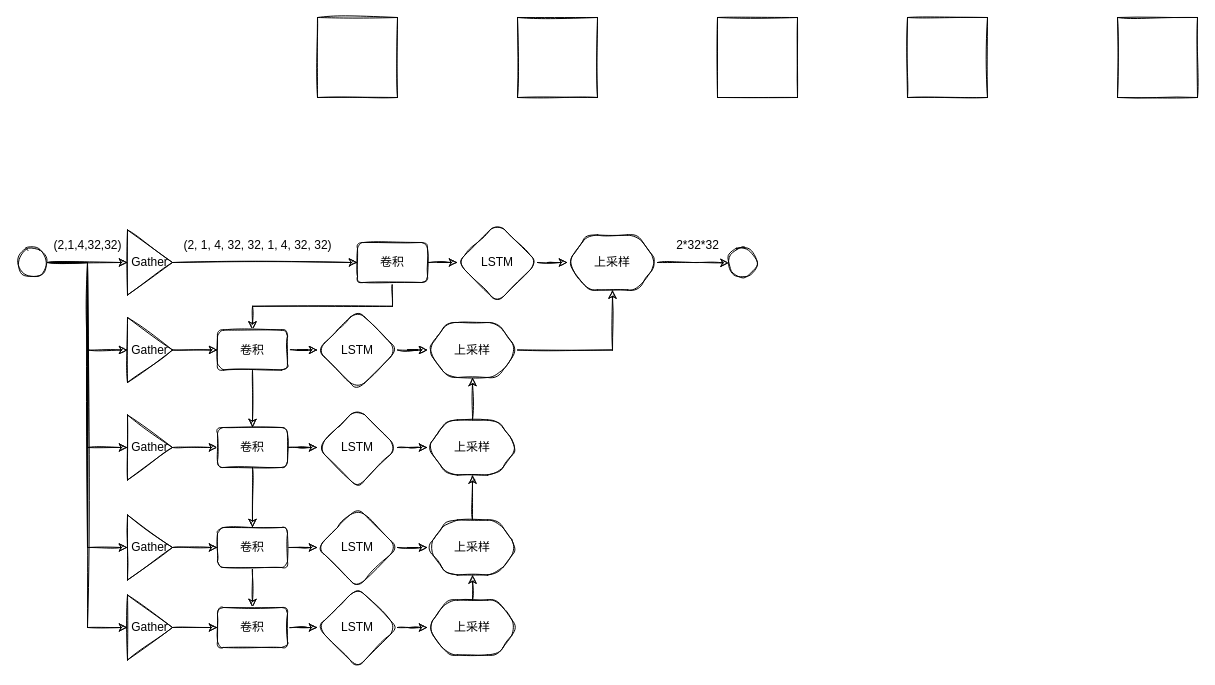
The draw.io diagram hainanchangedetection.drawio in dorbodwolf/graphs_from_draw.io, before the edit. Source tidied: cells renumbered, new cells numbered last; positions are measured from the earlier drawing's top-left corner, leaving out a move shared by most shapes. Both pictures are drawn from the tidied source at 100%, with x=0, y=0 at pixel (17, 17).
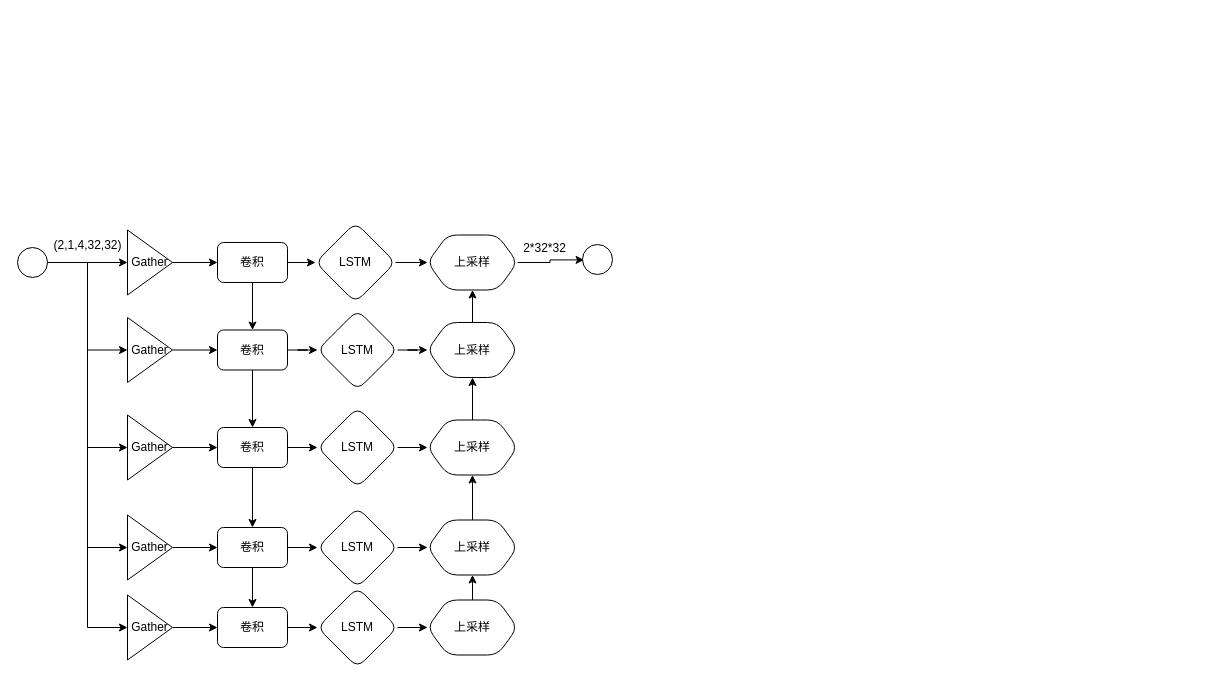
Above is the later version.

Diff of the diagram source:
```diff
@@
-    <mxCell id="2" style="whiteSpace=wrap;html=1;sketch=1;" parent="1" vertex="1">
-      <mxGeometry x="300" width="80" height="80" as="geometry" />
-    </mxCell>
-    <mxCell id="3" style="whiteSpace=wrap;html=1;sketch=1;" parent="1" vertex="1">
-      <mxGeometry x="500" width="80" height="80" as="geometry" />
-    </mxCell>
-    <mxCell id="4" style="whiteSpace=wrap;html=1;sketch=1;" parent="1" vertex="1">
-      <mxGeometry x="700" width="80" height="80" as="geometry" />
-    </mxCell>
-    <mxCell id="5" style="whiteSpace=wrap;html=1;sketch=1;" parent="1" vertex="1">
-      <mxGeometry x="890" width="80" height="80" as="geometry" />
-    </mxCell>
-    <mxCell id="6" style="whiteSpace=wrap;html=1;sketch=1;" parent="1" vertex="1">
-      <mxGeometry x="1100" width="80" height="80" as="geometry" />
-    </mxCell>
-    <mxCell id="7" style="edgeStyle=orthogonalEdgeStyle;rounded=0;sketch=1;jettySize=auto;html=1;" parent="1" edge="1" source="9" target="17">
+    <mxCell id="7" style="edgeStyle=orthogonalEdgeStyle;rounded=0;jettySize=auto;html=1;" parent="1" edge="1" source="9" target="17">
       <mxGeometry relative="1" as="geometry" />
     </mxCell>
-    <mxCell id="8" style="edgeStyle=orthogonalEdgeStyle;rounded=0;sketch=1;jettySize=auto;html=1;exitX=0.5;exitY=1;exitDx=0;exitDy=0;" parent="1" edge="1" source="9" target="30">
+    <mxCell id="8" style="edgeStyle=orthogonalEdgeStyle;rounded=0;jettySize=auto;html=1;exitX=0.5;exitY=1;exitDx=0;exitDy=0;" parent="1" edge="1" source="9" target="30">
       <mxGeometry relative="1" as="geometry" />
     </mxCell>
-    <mxCell id="9" value="卷积" style="rounded=1;whiteSpace=wrap;html=1;sketch=1;" parent="1" vertex="1">
-      <mxGeometry x="340" y="225" width="70" height="40" as="geometry" />
+    <mxCell id="9" value="卷积" style="rounded=1;whiteSpace=wrap;html=1;" parent="1" vertex="1">
+      <mxGeometry x="200" y="225" width="70" height="40" as="geometry" />
     </mxCell>
-    <mxCell id="10" style="edgeStyle=orthogonalEdgeStyle;rounded=0;sketch=1;jettySize=auto;html=1;" parent="1" edge="1" source="15" target="24">
+    <mxCell id="10" style="edgeStyle=orthogonalEdgeStyle;rounded=0;jettySize=auto;html=1;" parent="1" edge="1" source="15" target="24">
       <mxGeometry relative="1" as="geometry" />
     </mxCell>
-    <mxCell id="11" style="edgeStyle=orthogonalEdgeStyle;rounded=0;sketch=1;jettySize=auto;html=1;exitX=1;exitY=0.5;exitDx=0;exitDy=0;entryX=0;entryY=0.5;entryDx=0;entryDy=0;" parent="1" edge="1" source="15" target="27">
+    <mxCell id="11" style="edgeStyle=orthogonalEdgeStyle;rounded=0;jettySize=auto;html=1;exitX=1;exitY=0.5;exitDx=0;exitDy=0;entryX=0;entryY=0.5;entryDx=0;entryDy=0;" parent="1" edge="1" source="15" target="27">
       <mxGeometry relative="1" as="geometry" />
     </mxCell>
-    <mxCell id="12" style="edgeStyle=orthogonalEdgeStyle;rounded=0;sketch=1;jettySize=auto;html=1;entryX=0;entryY=0.5;entryDx=0;entryDy=0;" parent="1" edge="1" source="15" target="36">
+    <mxCell id="12" style="edgeStyle=orthogonalEdgeStyle;rounded=0;jettySize=auto;html=1;entryX=0;entryY=0.5;entryDx=0;entryDy=0;" parent="1" edge="1" source="15" target="36">
       <mxGeometry relative="1" as="geometry" />
     </mxCell>
-    <mxCell id="13" style="edgeStyle=orthogonalEdgeStyle;rounded=0;sketch=1;jettySize=auto;html=1;exitX=1;exitY=0.5;exitDx=0;exitDy=0;entryX=0;entryY=0.5;entryDx=0;entryDy=0;" parent="1" edge="1" source="15" target="45">
+    <mxCell id="13" style="edgeStyle=orthogonalEdgeStyle;rounded=0;jettySize=auto;html=1;exitX=1;exitY=0.5;exitDx=0;exitDy=0;entryX=0;entryY=0.5;entryDx=0;entryDy=0;" parent="1" edge="1" source="15" target="45">
       <mxGeometry relative="1" as="geometry" />
     </mxCell>
-    <mxCell id="14" style="edgeStyle=orthogonalEdgeStyle;rounded=0;sketch=1;jettySize=auto;html=1;exitX=1;exitY=0.5;exitDx=0;exitDy=0;entryX=0;entryY=0.5;entryDx=0;entryDy=0;" parent="1" edge="1" source="15" target="54">
+    <mxCell id="14" style="edgeStyle=orthogonalEdgeStyle;rounded=0;jettySize=auto;html=1;exitX=1;exitY=0.5;exitDx=0;exitDy=0;entryX=0;entryY=0.5;entryDx=0;entryDy=0;" parent="1" edge="1" source="15" target="54">
       <mxGeometry relative="1" as="geometry" />
     </mxCell>
-    <mxCell id="15" style="ellipse;whiteSpace=wrap;html=1;sketch=1;" parent="1" vertex="1">
+    <mxCell id="15" style="ellipse;whiteSpace=wrap;html=1;" parent="1" vertex="1">
       <mxGeometry y="230" width="30" height="30" as="geometry" />
     </mxCell>
-    <mxCell id="16" style="edgeStyle=orthogonalEdgeStyle;rounded=0;sketch=1;jettySize=auto;html=1;" parent="1" edge="1" source="17" target="19">
+    <mxCell id="16" style="edgeStyle=orthogonalEdgeStyle;rounded=0;jettySize=auto;html=1;" parent="1" edge="1" source="17" target="19">
       <mxGeometry relative="1" as="geometry" />
     </mxCell>
-    <mxCell id="17" value="LSTM" style="rhombus;whiteSpace=wrap;html=1;rounded=1;sketch=1;" parent="1" vertex="1">
-      <mxGeometry x="440" y="205" width="80" height="80" as="geometry" />
+    <mxCell id="17" value="LSTM" style="rhombus;whiteSpace=wrap;html=1;rounded=1;" parent="1" vertex="1">
+      <mxGeometry x="298" y="205" width="80" height="80" as="geometry" />
     </mxCell>
-    <mxCell id="18" style="edgeStyle=orthogonalEdgeStyle;rounded=0;sketch=1;jettySize=auto;html=1;entryX=0.053;entryY=0.514;entryDx=0;entryDy=0;entryPerimeter=0;" parent="1" edge="1" source="19" target="20">
+    <mxCell id="18" style="edgeStyle=orthogonalEdgeStyle;rounded=0;jettySize=auto;html=1;entryX=0.053;entryY=0.514;entryDx=0;entryDy=0;entryPerimeter=0;" parent="1" edge="1" source="19" target="20">
       <mxGeometry relative="1" as="geometry" />
     </mxCell>
-    <mxCell id="19" value="上采样" style="shape=hexagon;perimeter=hexagonPerimeter2;whiteSpace=wrap;html=1;fixedSize=1;rounded=1;sketch=1;" parent="1" vertex="1">
-      <mxGeometry x="550" y="217.5" width="90" height="55" as="geometry" />
+    <mxCell id="19" value="上采样" style="shape=hexagon;perimeter=hexagonPerimeter2;whiteSpace=wrap;html=1;fixedSize=1;rounded=1;" parent="1" vertex="1">
+      <mxGeometry x="410" y="217.5" width="90" height="55" as="geometry" />
     </mxCell>
-    <mxCell id="20" style="ellipse;whiteSpace=wrap;html=1;sketch=1;" parent="1" vertex="1">
-      <mxGeometry x="710" y="230" width="30" height="30" as="geometry" />
+    <mxCell id="20" style="ellipse;whiteSpace=wrap;html=1;" parent="1" vertex="1">
+      <mxGeometry x="565" y="227" width="30" height="30" as="geometry" />
     </mxCell>
     <mxCell id="21" value="2*32*32" style="text;html=1;align=center;verticalAlign=middle;" parent="1" vertex="1">
-      <mxGeometry x="650" y="217.5" width="60" height="20" as="geometry" />
+      <mxGeometry x="497" y="220.5" width="60" height="20" as="geometry" />
     </mxCell>
@@
-    <mxCell id="23" style="edgeStyle=orthogonalEdgeStyle;rounded=0;sketch=1;jettySize=auto;html=1;entryX=0;entryY=0.5;entryDx=0;entryDy=0;" parent="1" edge="1" source="24" target="9">
+    <mxCell id="23" style="edgeStyle=orthogonalEdgeStyle;rounded=0;jettySize=auto;html=1;entryX=0;entryY=0.5;entryDx=0;entryDy=0;" parent="1" edge="1" source="24" target="9">
       <mxGeometry relative="1" as="geometry" />
     </mxCell>
-    <mxCell id="24" value="Gather" style="triangle;whiteSpace=wrap;html=1;sketch=1;" parent="1" vertex="1">
+    <mxCell id="24" value="Gather" style="triangle;whiteSpace=wrap;html=1;" parent="1" vertex="1">
       <mxGeometry x="110" y="212.5" width="45" height="65" as="geometry" />
     </mxCell>
-    <mxCell id="25" value="(2, 1, 4, 32, 32, 1, 4, 32, 32)" style="text;html=1;align=center;verticalAlign=middle;" parent="1" vertex="1">
-      <mxGeometry x="160" y="217.5" width="160" height="20" as="geometry" />
-    </mxCell>
-    <mxCell id="26" style="edgeStyle=orthogonalEdgeStyle;rounded=0;sketch=1;jettySize=auto;html=1;entryX=0;entryY=0.5;entryDx=0;entryDy=0;" parent="1" edge="1" source="27" target="30">
+    <mxCell id="26" style="edgeStyle=orthogonalEdgeStyle;rounded=0;jettySize=auto;html=1;entryX=0;entryY=0.5;entryDx=0;entryDy=0;" parent="1" edge="1" source="27" target="30">
       <mxGeometry relative="1" as="geometry" />
     </mxCell>
-    <mxCell id="27" value="Gather" style="triangle;whiteSpace=wrap;html=1;sketch=1;" parent="1" vertex="1">
+    <mxCell id="27" value="Gather" style="triangle;whiteSpace=wrap;html=1;" parent="1" vertex="1">
       <mxGeometry x="110" y="300" width="45" height="65" as="geometry" />
     </mxCell>
-    <mxCell id="28" style="edgeStyle=orthogonalEdgeStyle;rounded=0;sketch=1;jettySize=auto;html=1;" parent="1" edge="1" source="30" target="32">
+    <mxCell id="28" style="edgeStyle=orthogonalEdgeStyle;rounded=0;jettySize=auto;html=1;" parent="1" edge="1" source="30" target="32">
       <mxGeometry relative="1" as="geometry" />
     </mxCell>
-    <mxCell id="29" style="edgeStyle=orthogonalEdgeStyle;rounded=0;sketch=1;jettySize=auto;html=1;exitX=0.5;exitY=1;exitDx=0;exitDy=0;entryX=0.5;entryY=0;entryDx=0;entryDy=0;" parent="1" edge="1" source="30" target="39">
+    <mxCell id="29" style="edgeStyle=orthogonalEdgeStyle;rounded=0;jettySize=auto;html=1;exitX=0.5;exitY=1;exitDx=0;exitDy=0;entryX=0.5;entryY=0;entryDx=0;entryDy=0;" parent="1" edge="1" source="30" target="39">
       <mxGeometry relative="1" as="geometry" />
     </mxCell>
-    <mxCell id="30" value="卷积" style="rounded=1;whiteSpace=wrap;html=1;sketch=1;" parent="1" vertex="1">
+    <mxCell id="30" value="卷积" style="rounded=1;whiteSpace=wrap;html=1;" parent="1" vertex="1">
       <mxGeometry x="200" y="312.5" width="70" height="40" as="geometry" />
     </mxCell>
-    <mxCell id="31" style="edgeStyle=orthogonalEdgeStyle;rounded=0;sketch=1;jettySize=auto;html=1;" parent="1" edge="1" source="32" target="34">
+    <mxCell id="31" style="edgeStyle=orthogonalEdgeStyle;rounded=0;jettySize=auto;html=1;" parent="1" edge="1" source="32" target="34">
       <mxGeometry relative="1" as="geometry" />
     </mxCell>
-    <mxCell id="32" value="LSTM" style="rhombus;whiteSpace=wrap;html=1;rounded=1;sketch=1;" parent="1" vertex="1">
+    <mxCell id="32" value="LSTM" style="rhombus;whiteSpace=wrap;html=1;rounded=1;" parent="1" vertex="1">
       <mxGeometry x="300" y="292.5" width="80" height="80" as="geometry" />
     </mxCell>
-    <mxCell id="33" style="edgeStyle=orthogonalEdgeStyle;rounded=0;sketch=1;jettySize=auto;html=1;exitX=1;exitY=0.5;exitDx=0;exitDy=0;entryX=0.5;entryY=1;entryDx=0;entryDy=0;" parent="1" edge="1" source="34" target="19">
+    <mxCell id="33" style="edgeStyle=orthogonalEdgeStyle;rounded=0;jettySize=auto;html=1;exitX=0.5;exitY=0;exitDx=0;exitDy=0;entryX=0.5;entryY=1;entryDx=0;entryDy=0;" parent="1" edge="1" source="34" target="19">
       <mxGeometry relative="1" as="geometry" />
     </mxCell>
-    <mxCell id="34" value="上采样" style="shape=hexagon;perimeter=hexagonPerimeter2;whiteSpace=wrap;html=1;fixedSize=1;rounded=1;sketch=1;" parent="1" vertex="1">
+    <mxCell id="34" value="上采样" style="shape=hexagon;perimeter=hexagonPerimeter2;whiteSpace=wrap;html=1;fixedSize=1;rounded=1;" parent="1" vertex="1">
       <mxGeometry x="410" y="305" width="90" height="55" as="geometry" />
     </mxCell>
-    <mxCell id="35" style="edgeStyle=orthogonalEdgeStyle;rounded=0;sketch=1;jettySize=auto;html=1;entryX=0;entryY=0.5;entryDx=0;entryDy=0;" parent="1" edge="1" source="36" target="39">
+    <mxCell id="35" style="edgeStyle=orthogonalEdgeStyle;rounded=0;jettySize=auto;html=1;entryX=0;entryY=0.5;entryDx=0;entryDy=0;" parent="1" edge="1" source="36" target="39">
       <mxGeometry relative="1" as="geometry" />
     </mxCell>
-    <mxCell id="36" value="Gather" style="triangle;whiteSpace=wrap;html=1;sketch=1;" parent="1" vertex="1">
+    <mxCell id="36" value="Gather" style="triangle;whiteSpace=wrap;html=1;" parent="1" vertex="1">
       <mxGeometry x="110" y="397.5" width="45" height="65" as="geometry" />
     </mxCell>
-    <mxCell id="37" style="edgeStyle=orthogonalEdgeStyle;rounded=0;sketch=1;jettySize=auto;html=1;" parent="1" edge="1" source="39" target="41">
+    <mxCell id="37" style="edgeStyle=orthogonalEdgeStyle;rounded=0;jettySize=auto;html=1;" parent="1" edge="1" source="39" target="41">
       <mxGeometry relative="1" as="geometry" />
     </mxCell>
-    <mxCell id="38" style="edgeStyle=orthogonalEdgeStyle;rounded=0;sketch=1;jettySize=auto;html=1;exitX=0.5;exitY=1;exitDx=0;exitDy=0;entryX=0.5;entryY=0;entryDx=0;entryDy=0;" parent="1" edge="1" source="39" target="48">
+    <mxCell id="38" style="edgeStyle=orthogonalEdgeStyle;rounded=0;jettySize=auto;html=1;exitX=0.5;exitY=1;exitDx=0;exitDy=0;entryX=0.5;entryY=0;entryDx=0;entryDy=0;" parent="1" edge="1" source="39" target="48">
       <mxGeometry relative="1" as="geometry" />
     </mxCell>
-    <mxCell id="39" value="卷积" style="rounded=1;whiteSpace=wrap;html=1;sketch=1;" parent="1" vertex="1">
+    <mxCell id="39" value="卷积" style="rounded=1;whiteSpace=wrap;html=1;" parent="1" vertex="1">
       <mxGeometry x="200" y="410" width="70" height="40" as="geometry" />
     </mxCell>
-    <mxCell id="40" style="edgeStyle=orthogonalEdgeStyle;rounded=0;sketch=1;jettySize=auto;html=1;" parent="1" edge="1" source="41" target="43">
+    <mxCell id="40" style="edgeStyle=orthogonalEdgeStyle;rounded=0;jettySize=auto;html=1;" parent="1" edge="1" source="41" target="43">
       <mxGeometry relative="1" as="geometry" />
     </mxCell>
-    <mxCell id="41" value="LSTM" style="rhombus;whiteSpace=wrap;html=1;rounded=1;sketch=1;" parent="1" vertex="1">
+    <mxCell id="41" value="LSTM" style="rhombus;whiteSpace=wrap;html=1;rounded=1;" parent="1" vertex="1">
       <mxGeometry x="300" y="390" width="80" height="80" as="geometry" />
     </mxCell>
-    <mxCell id="42" style="edgeStyle=orthogonalEdgeStyle;rounded=0;sketch=1;jettySize=auto;html=1;exitX=0.5;exitY=0;exitDx=0;exitDy=0;entryX=0.5;entryY=1;entryDx=0;entryDy=0;" parent="1" edge="1" source="43" target="34">
+    <mxCell id="42" style="edgeStyle=orthogonalEdgeStyle;rounded=0;jettySize=auto;html=1;exitX=0.5;exitY=0;exitDx=0;exitDy=0;entryX=0.5;entryY=1;entryDx=0;entryDy=0;" parent="1" edge="1" source="43" target="34">
       <mxGeometry relative="1" as="geometry" />
     </mxCell>
-    <mxCell id="43" value="上采样" style="shape=hexagon;perimeter=hexagonPerimeter2;whiteSpace=wrap;html=1;fixedSize=1;rounded=1;sketch=1;" parent="1" vertex="1">
+    <mxCell id="43" value="上采样" style="shape=hexagon;perimeter=hexagonPerimeter2;whiteSpace=wrap;html=1;fixedSize=1;rounded=1;" parent="1" vertex="1">
       <mxGeometry x="410" y="402.5" width="90" height="55" as="geometry" />
     </mxCell>
-    <mxCell id="44" style="edgeStyle=orthogonalEdgeStyle;rounded=0;sketch=1;jettySize=auto;html=1;entryX=0;entryY=0.5;entryDx=0;entryDy=0;" parent="1" edge="1" source="45" target="48">
+    <mxCell id="44" style="edgeStyle=orthogonalEdgeStyle;rounded=0;jettySize=auto;html=1;entryX=0;entryY=0.5;entryDx=0;entryDy=0;" parent="1" edge="1" source="45" target="48">
       <mxGeometry relative="1" as="geometry" />
     </mxCell>
-    <mxCell id="45" value="Gather" style="triangle;whiteSpace=wrap;html=1;sketch=1;" parent="1" vertex="1">
+    <mxCell id="45" value="Gather" style="triangle;whiteSpace=wrap;html=1;" parent="1" vertex="1">
       <mxGeometry x="110" y="497.5" width="45" height="65" as="geometry" />
     </mxCell>
-    <mxCell id="46" style="edgeStyle=orthogonalEdgeStyle;rounded=0;sketch=1;jettySize=auto;html=1;" parent="1" edge="1" source="48" target="50">
+    <mxCell id="46" style="edgeStyle=orthogonalEdgeStyle;rounded=0;jettySize=auto;html=1;" parent="1" edge="1" source="48" target="50">
       <mxGeometry relative="1" as="geometry" />
     </mxCell>
-    <mxCell id="47" style="edgeStyle=orthogonalEdgeStyle;rounded=0;sketch=1;jettySize=auto;html=1;exitX=0.5;exitY=1;exitDx=0;exitDy=0;" parent="1" edge="1" source="48" target="56">
+    <mxCell id="47" style="edgeStyle=orthogonalEdgeStyle;rounded=0;jettySize=auto;html=1;exitX=0.5;exitY=1;exitDx=0;exitDy=0;" parent="1" edge="1" source="48" target="56">
       <mxGeometry relative="1" as="geometry" />
     </mxCell>
-    <mxCell id="48" value="卷积" style="rounded=1;whiteSpace=wrap;html=1;sketch=1;" parent="1" vertex="1">
+    <mxCell id="48" value="卷积" style="rounded=1;whiteSpace=wrap;html=1;" parent="1" vertex="1">
       <mxGeometry x="200" y="510" width="70" height="40" as="geometry" />
     </mxCell>
-    <mxCell id="49" style="edgeStyle=orthogonalEdgeStyle;rounded=0;sketch=1;jettySize=auto;html=1;" parent="1" edge="1" source="50" target="52">
+    <mxCell id="49" style="edgeStyle=orthogonalEdgeStyle;rounded=0;jettySize=auto;html=1;" parent="1" edge="1" source="50" target="52">
       <mxGeometry relative="1" as="geometry" />
     </mxCell>
-    <mxCell id="50" value="LSTM" style="rhombus;whiteSpace=wrap;html=1;rounded=1;sketch=1;" parent="1" vertex="1">
+    <mxCell id="50" value="LSTM" style="rhombus;whiteSpace=wrap;html=1;rounded=1;" parent="1" vertex="1">
       <mxGeometry x="300" y="490" width="80" height="80" as="geometry" />
     </mxCell>
-    <mxCell id="51" style="edgeStyle=orthogonalEdgeStyle;rounded=0;sketch=1;jettySize=auto;html=1;exitX=0.5;exitY=0;exitDx=0;exitDy=0;entryX=0.5;entryY=1;entryDx=0;entryDy=0;" parent="1" edge="1" source="52" target="43">
+    <mxCell id="51" style="edgeStyle=orthogonalEdgeStyle;rounded=0;jettySize=auto;html=1;exitX=0.5;exitY=0;exitDx=0;exitDy=0;entryX=0.5;entryY=1;entryDx=0;entryDy=0;" parent="1" edge="1" source="52" target="43">
       <mxGeometry relative="1" as="geometry" />
     </mxCell>
-    <mxCell id="52" value="上采样" style="shape=hexagon;perimeter=hexagonPerimeter2;whiteSpace=wrap;html=1;fixedSize=1;rounded=1;sketch=1;" parent="1" vertex="1">
+    <mxCell id="52" value="上采样" style="shape=hexagon;perimeter=hexagonPerimeter2;whiteSpace=wrap;html=1;fixedSize=1;rounded=1;" parent="1" vertex="1">
       <mxGeometry x="410" y="502.5" width="90" height="55" as="geometry" />
     </mxCell>
-    <mxCell id="53" style="edgeStyle=orthogonalEdgeStyle;rounded=0;sketch=1;jettySize=auto;html=1;entryX=0;entryY=0.5;entryDx=0;entryDy=0;" parent="1" edge="1" source="54" target="56">
+    <mxCell id="53" style="edgeStyle=orthogonalEdgeStyle;rounded=0;jettySize=auto;html=1;entryX=0;entryY=0.5;entryDx=0;entryDy=0;" parent="1" edge="1" source="54" target="56">
       <mxGeometry relative="1" as="geometry" />
     </mxCell>
-    <mxCell id="54" value="Gather" style="triangle;whiteSpace=wrap;html=1;sketch=1;" parent="1" vertex="1">
+    <mxCell id="54" value="Gather" style="triangle;whiteSpace=wrap;html=1;" parent="1" vertex="1">
       <mxGeometry x="110" y="577.5" width="45" height="65" as="geometry" />
     </mxCell>
-    <mxCell id="55" style="edgeStyle=orthogonalEdgeStyle;rounded=0;sketch=1;jettySize=auto;html=1;" parent="1" edge="1" source="56" target="58">
+    <mxCell id="55" style="edgeStyle=orthogonalEdgeStyle;rounded=0;jettySize=auto;html=1;" parent="1" edge="1" source="56" target="58">
       <mxGeometry relative="1" as="geometry" />
     </mxCell>
-    <mxCell id="56" value="卷积" style="rounded=1;whiteSpace=wrap;html=1;sketch=1;" parent="1" vertex="1">
+    <mxCell id="56" value="卷积" style="rounded=1;whiteSpace=wrap;html=1;" parent="1" vertex="1">
       <mxGeometry x="200" y="590" width="70" height="40" as="geometry" />
     </mxCell>
-    <mxCell id="57" style="edgeStyle=orthogonalEdgeStyle;rounded=0;sketch=1;jettySize=auto;html=1;" parent="1" edge="1" source="58" target="60">
+    <mxCell id="57" style="edgeStyle=orthogonalEdgeStyle;rounded=0;jettySize=auto;html=1;" parent="1" edge="1" source="58" target="60">
       <mxGeometry relative="1" as="geometry" />
     </mxCell>
-    <mxCell id="58" value="LSTM" style="rhombus;whiteSpace=wrap;html=1;rounded=1;sketch=1;" parent="1" vertex="1">
+    <mxCell id="58" value="LSTM" style="rhombus;whiteSpace=wrap;html=1;rounded=1;" parent="1" vertex="1">
       <mxGeometry x="300" y="570" width="80" height="80" as="geometry" />
     </mxCell>
-    <mxCell id="59" style="edgeStyle=orthogonalEdgeStyle;rounded=0;sketch=1;jettySize=auto;html=1;exitX=0.5;exitY=0;exitDx=0;exitDy=0;entryX=0.5;entryY=1;entryDx=0;entryDy=0;" parent="1" edge="1" source="60" target="52">
+    <mxCell id="59" style="edgeStyle=orthogonalEdgeStyle;rounded=0;jettySize=auto;html=1;exitX=0.5;exitY=0;exitDx=0;exitDy=0;entryX=0.5;entryY=1;entryDx=0;entryDy=0;" parent="1" edge="1" source="60" target="52">
       <mxGeometry relative="1" as="geometry" />
     </mxCell>
-    <mxCell id="60" value="上采样" style="shape=hexagon;perimeter=hexagonPerimeter2;whiteSpace=wrap;html=1;fixedSize=1;rounded=1;sketch=1;" parent="1" vertex="1">
+    <mxCell id="60" value="上采样" style="shape=hexagon;perimeter=hexagonPerimeter2;whiteSpace=wrap;html=1;fixedSize=1;rounded=1;" parent="1" vertex="1">
       <mxGeometry x="410" y="582.5" width="90" height="55" as="geometry" />
     </mxCell>
```
